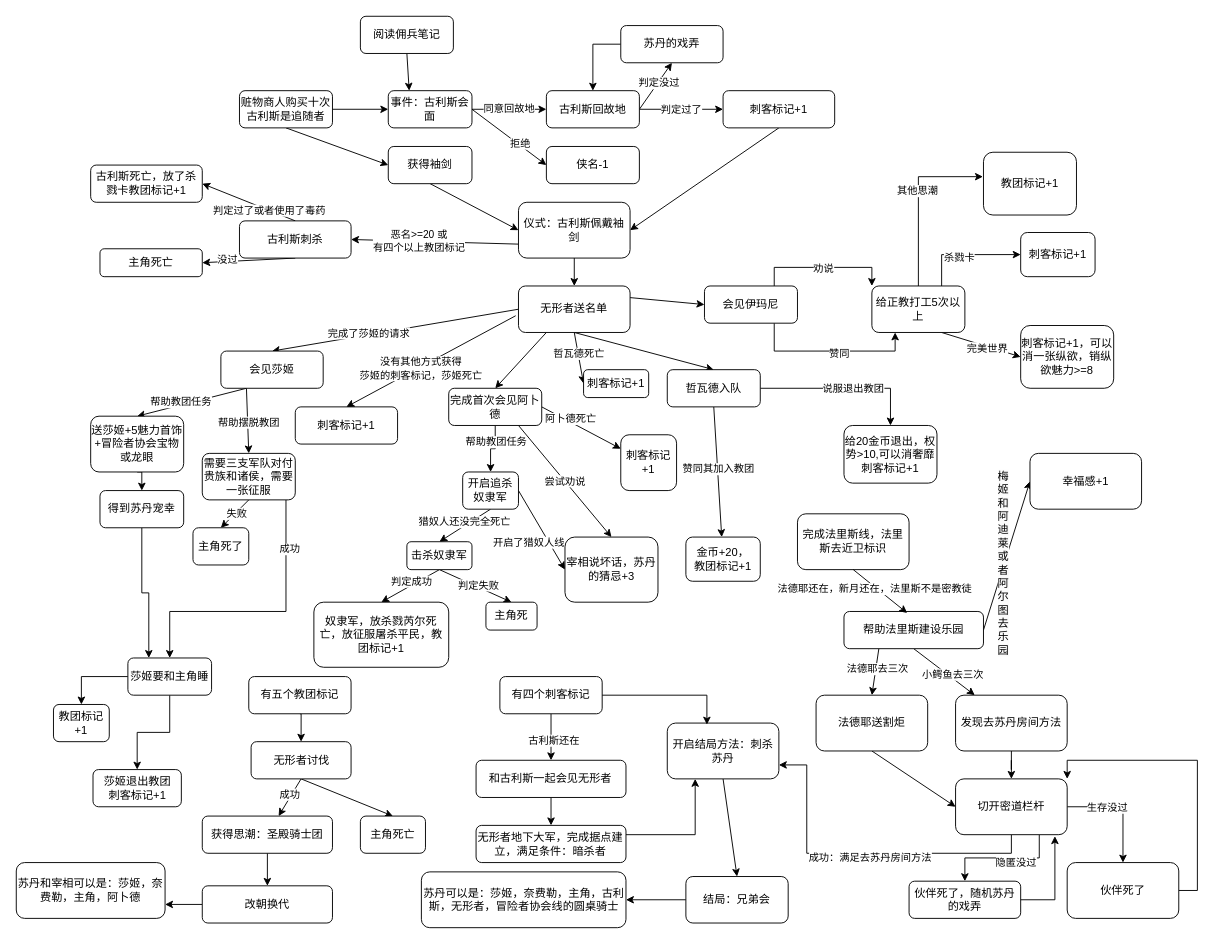
Earlier version of the draw.io diagram workflow/ac.drawio (dixiyao/Sudan-Mod). Source tidied: cells renumbered, new cells numbered last; positions are measured from the earlier drawing's top-left corner, leaving out a move shared by most shapes. Both pictures are drawn from the tidied source at 93%, with x=0, y=0 at pixel (16, 16).
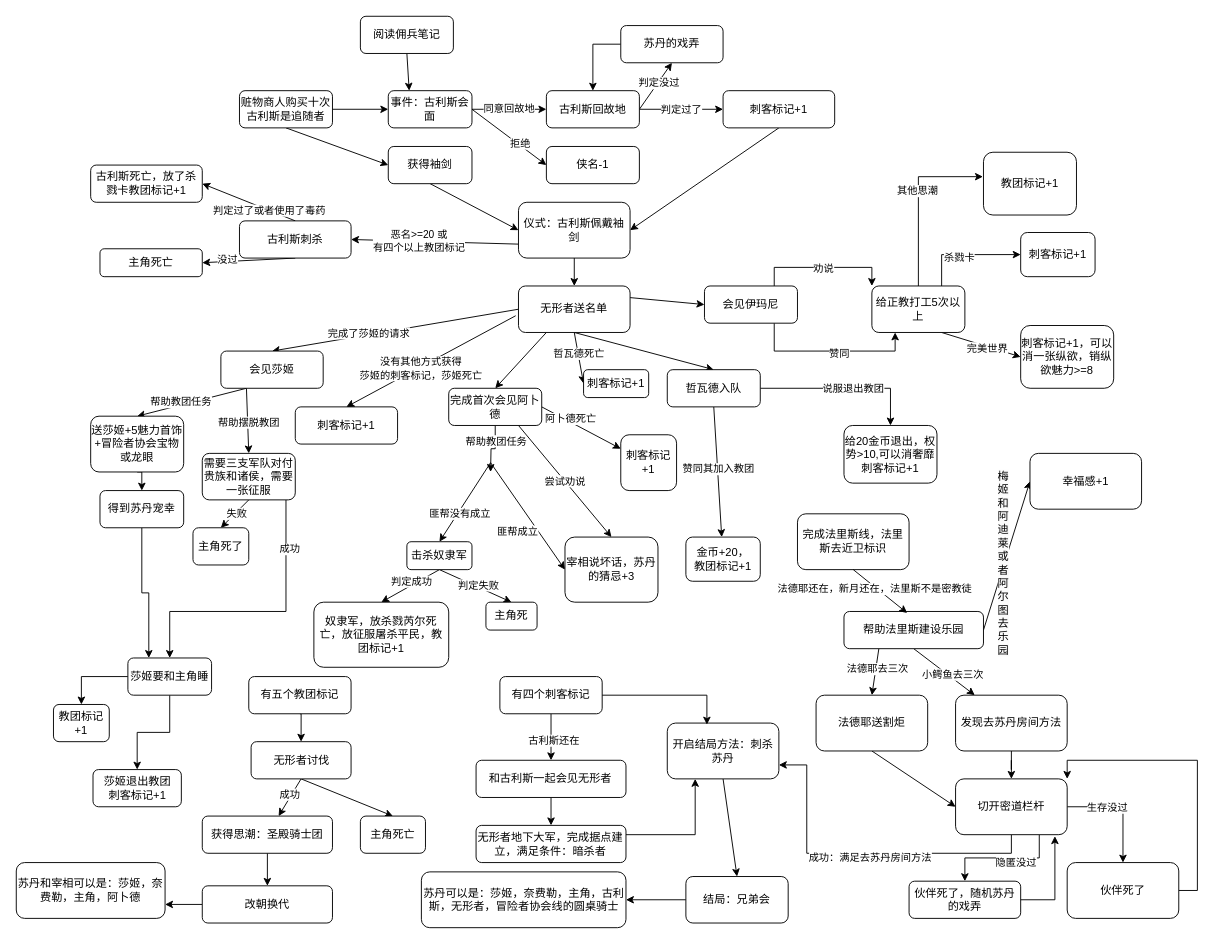
The same diagram, later.

Unchanged cells that the change refers to:
```xml
<mxCell id="68" value="完成首次会见阿卜德" style="rounded=1;whiteSpace=wrap;html=1;" parent="1" vertex="1">
  <mxGeometry x="465" y="400" width="100" height="40" as="geometry" />
</mxCell>
<mxCell id="74" value="宰相说坏话，苏丹的猜忌+3" style="rounded=1;whiteSpace=wrap;html=1;" parent="1" vertex="1">
  <mxGeometry x="590" y="560" width="100" height="70" as="geometry" />
</mxCell>
<mxCell id="79" value="击杀奴隶军" style="rounded=1;whiteSpace=wrap;html=1;" parent="1" vertex="1">
  <mxGeometry x="420" y="565" width="70" height="30" as="geometry" />
</mxCell>
```

Change to the diagram source:
```diff
@@
-    <mxCell id="63" style="edgeStyle=orthogonalEdgeStyle;rounded=0;jettySize=auto;html=1;exitX=0.5;exitY=1;exitDx=0;exitDy=0;entryX=0.5;entryY=0;entryDx=0;entryDy=0;" parent="1" edge="1" source="68" target="73">
-      <mxGeometry relative="1" as="geometry" />
+    <mxCell id="63" style="edgeStyle=orthogonalEdgeStyle;rounded=0;jettySize=auto;html=1;exitX=0.5;exitY=1;exitDx=0;exitDy=0;entryX=0.5;entryY=0;entryDx=0;entryDy=0;" parent="1" edge="1" source="68">
+      <mxGeometry relative="1" as="geometry">
+        <mxPoint x="510" y="490" as="targetPoint" />
+      </mxGeometry>
     </mxCell>
@@
-    <mxCell id="69" style="rounded=0;jettySize=auto;html=1;exitX=1;exitY=0.5;exitDx=0;exitDy=0;entryX=0;entryY=0.5;entryDx=0;entryDy=0;" parent="1" edge="1" source="73" target="74">
-      <mxGeometry relative="1" as="geometry" />
+    <mxCell id="69" style="rounded=0;jettySize=auto;html=1;entryX=0;entryY=0.5;entryDx=0;entryDy=0;" parent="1" edge="1" target="74">
+      <mxGeometry relative="1" as="geometry">
+        <mxPoint x="510" y="480" as="sourcePoint" />
+      </mxGeometry>
     </mxCell>
-    <mxCell id="70" value="开启了猎奴人线" style="edgeLabel;html=1;align=center;verticalAlign=middle;" parent="69" vertex="1">
+    <mxCell id="70" value="匪帮成立" style="edgeLabel;html=1;align=center;verticalAlign=middle;" parent="69" vertex="1">
       <mxGeometry x="0.24" y="-1" relative="1" as="geometry">
         <mxPoint x="-20" y="2" as="offset" />
       </mxGeometry>
     </mxCell>
-    <mxCell id="71" style="rounded=0;jettySize=auto;html=1;exitX=0.5;exitY=1;exitDx=0;exitDy=0;entryX=0.5;entryY=0;entryDx=0;entryDy=0;" parent="1" edge="1" source="73" target="79">
-      <mxGeometry relative="1" as="geometry" />
+    <mxCell id="71" style="rounded=0;jettySize=auto;html=1;entryX=0.5;entryY=0;entryDx=0;entryDy=0;" parent="1" edge="1" target="79">
+      <mxGeometry relative="1" as="geometry">
+        <mxPoint x="510" y="480" as="sourcePoint" />
+      </mxGeometry>
     </mxCell>
-    <mxCell id="72" value="猎奴人还没完全死亡" style="edgeLabel;html=1;align=center;verticalAlign=middle;" parent="71" vertex="1">
-      <mxGeometry x="-0.06" y="-4" relative="1" as="geometry" />
-    </mxCell>
-    <mxCell id="73" value="开启追杀奴隶军" style="rounded=1;whiteSpace=wrap;html=1;" parent="1" vertex="1">
-      <mxGeometry x="480" y="490" width="60" height="40" as="geometry" />
-    </mxCell>
+    <mxCell id="159" value="匪帮没有成立" style="edgeLabel;html=1;align=center;verticalAlign=middle;" parent="71" vertex="1">
+      <mxGeometry x="0.27" y="2" relative="1" as="geometry" />
+    </mxCell>
```
